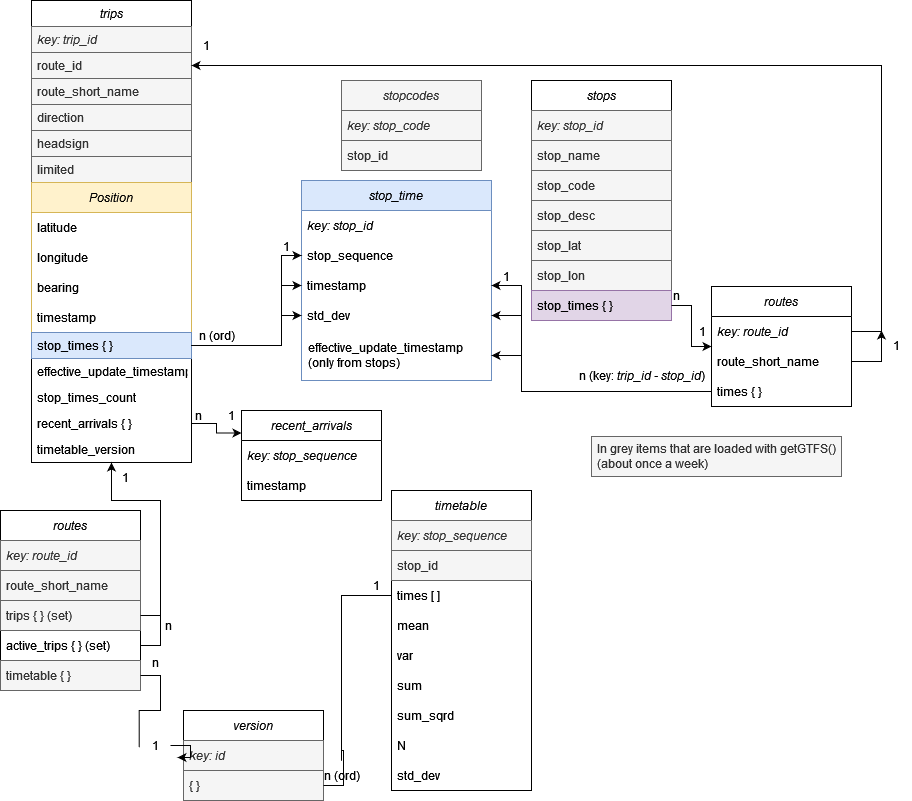
This is GTTtg diagram.drawio.png from gigianni/GTTTg, a draw.io export, as it was before one commit. Source tidied: cells renumbered, new cells last; positions are measured from the earlier drawing's top-left corner, leaving out a move shared by most shapes.
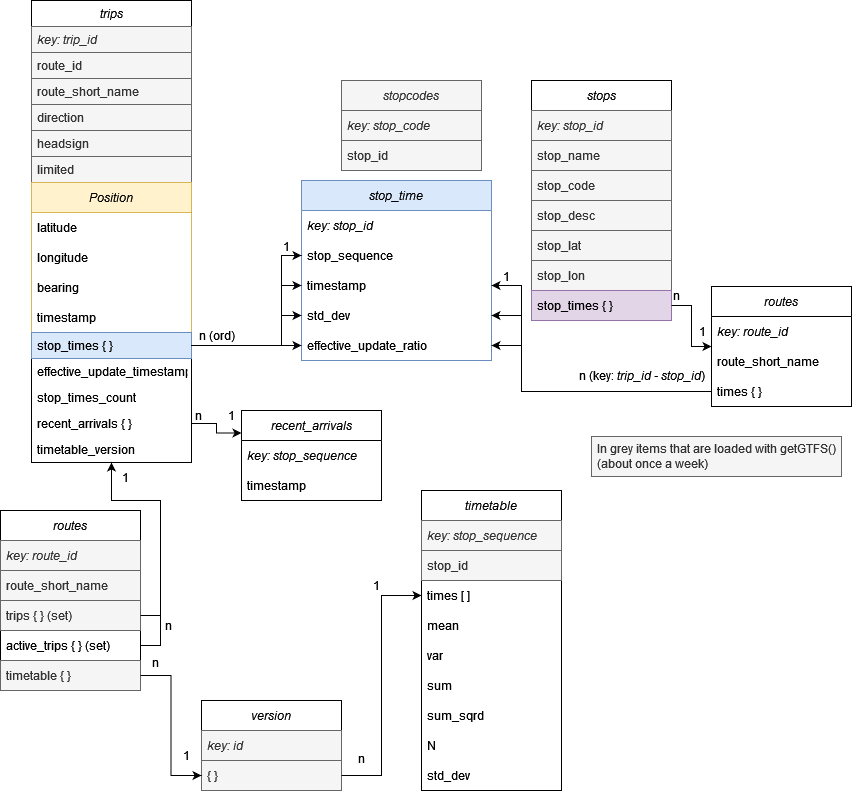
Above is the later version.

Commit message:
GTTtg diagram added effective_update_timestamp and effective_update_ratio

What changed in the source:
```diff
@@ -54,7 +54,7 @@
       <mxGeometry y="436" width="160" height="26" as="geometry" />
     </mxCell>
     <mxCell id="19" value="stop_time" style="swimlane;fontStyle=2;horizontal=1;startSize=30;strokeColor=#6c8ebf;fillColor=#dae8fc;" parent="1" vertex="1">
-      <mxGeometry x="301" y="180" width="190" height="200" as="geometry" />
+      <mxGeometry x="301" y="180" width="190" height="180" as="geometry" />
     </mxCell>
     <mxCell id="20" value="key: stop_id" style="text;strokeColor=none;fillColor=none;align=left;verticalAlign=middle;spacingLeft=4;spacingRight=4;overflow=hidden;fontStyle=2;" parent="19" vertex="1">
       <mxGeometry y="30" width="190" height="30" as="geometry" />
@@ -68,9 +68,9 @@
     <mxCell id="23" value="std_dev" style="text;strokeColor=none;fillColor=none;align=left;verticalAlign=middle;spacingLeft=4;spacingRight=4;overflow=hidden;points=[[0,0.5],[1,0.5]];portConstraint=eastwest;" parent="19" vertex="1">
       <mxGeometry y="120" width="190" height="30" as="geometry" />
     </mxCell>
-    <mxCell id="24" value="effective_update_timestamp&#10;(only from stops)" style="text;strokeColor=none;fillColor=none;align=left;verticalAlign=middle;spacingLeft=4;spacingRight=4;overflow=hidden;points=[[0,0.5],[1,0.5]];portConstraint=eastwest;spacing=3;whiteSpace=wrap;" parent="19" vertex="1">
-      <mxGeometry y="150" width="190" height="50" as="geometry" />
-    </mxCell>
+    <mxCell id="95" value="effective_update_ratio" style="text;strokeColor=none;fillColor=none;align=left;verticalAlign=middle;spacingLeft=4;spacingRight=4;overflow=hidden;points=[[0,0.5],[1,0.5]];portConstraint=eastwest;" parent="19" vertex="1">
+      <mxGeometry y="150" width="190" height="30" as="geometry" />
+    </mxCell>
     <mxCell id="25" value="stops" style="swimlane;fontStyle=2;horizontal=1;startSize=30;strokeColor=default;" parent="1" vertex="1">
       <mxGeometry x="531" y="80" width="140" height="240" as="geometry" />
     </mxCell>
@@ -123,7 +123,7 @@
       <mxGeometry y="150" width="140" height="30" as="geometry" />
     </mxCell>
     <mxCell id="42" value="timetable" style="swimlane;fontStyle=2;horizontal=1;startSize=30;" parent="1" vertex="1">
-      <mxGeometry x="391" y="490" width="140" height="300" as="geometry" />
+      <mxGeometry x="421" y="490" width="140" height="300" as="geometry" />
     </mxCell>
     <mxCell id="43" value="key: stop_sequence" style="text;strokeColor=#666666;fillColor=#f5f5f5;align=left;verticalAlign=middle;spacingLeft=4;spacingRight=4;overflow=hidden;fontColor=#333333;fontStyle=2;" parent="42" vertex="1">
       <mxGeometry y="30" width="140" height="30" as="geometry" />
@@ -204,7 +204,7 @@
       <mxGeometry y="60" width="140" height="30" as="geometry" />
     </mxCell>
     <mxCell id="67" value="version" style="swimlane;fontStyle=2;horizontal=1;startSize=30;" parent="1" vertex="1">
-      <mxGeometry x="183" y="710" width="140" height="90" as="geometry" />
+      <mxGeometry x="201" y="700" width="140" height="90" as="geometry" />
     </mxCell>
     <mxCell id="68" value="key: id" style="text;strokeColor=#666666;fillColor=#f5f5f5;align=left;verticalAlign=middle;spacingLeft=4;spacingRight=4;overflow=hidden;points=[[0,0.5],[1,0.5]];portConstraint=eastwest;fontStyle=2;fontColor=#333333;" parent="67" vertex="1">
       <mxGeometry y="30" width="140" height="30" as="geometry" />
@@ -212,9 +212,6 @@
     <mxCell id="69" value="{ }" style="text;strokeColor=#666666;fillColor=#f5f5f5;align=left;verticalAlign=middle;spacingLeft=4;spacingRight=4;overflow=hidden;points=[[0,0.5],[1,0.5]];portConstraint=eastwest;fontColor=#333333;" parent="67" vertex="1">
       <mxGeometry y="60" width="140" height="30" as="geometry" />
     </mxCell>
-    <mxCell id="70" style="edgeStyle=orthogonalEdgeStyle;rounded=0;jettySize=auto;html=1;entryX=-0.043;entryY=0.567;entryDx=0;entryDy=0;entryPerimeter=0;startArrow=none;" parent="1" edge="1" source="93" target="68">
-      <mxGeometry relative="1" as="geometry" />
-    </mxCell>
     <mxCell id="71" value="routes" style="swimlane;fontStyle=2;horizontal=1;startSize=30;" parent="1" vertex="1">
       <mxGeometry x="711" y="286" width="140" height="120" as="geometry" />
     </mxCell>
@@ -230,34 +227,12 @@
     <mxCell id="75" style="edgeStyle=orthogonalEdgeStyle;rounded=0;jettySize=auto;html=1;" parent="1" edge="1" source="32" target="71">
       <mxGeometry relative="1" as="geometry" />
     </mxCell>
-    <mxCell id="76" style="edgeStyle=orthogonalEdgeStyle;rounded=0;jettySize=auto;html=1;" parent="1" edge="1" source="72" target="4">
-      <mxGeometry relative="1" as="geometry">
-        <Array as="points">
-          <mxPoint x="881" y="331" />
-          <mxPoint x="881" y="65" />
-        </Array>
-      </mxGeometry>
-    </mxCell>
-    <mxCell id="77" style="edgeStyle=orthogonalEdgeStyle;rounded=0;jettySize=auto;html=1;" parent="1" edge="1" source="73">
-      <mxGeometry relative="1" as="geometry">
-        <mxPoint x="881" y="330" as="targetPoint" />
-      </mxGeometry>
-    </mxCell>
-    <mxCell id="78" value="1" style="text;html=1;align=center;verticalAlign=middle;strokeColor=none;fillColor=none;" parent="1" vertex="1">
-      <mxGeometry x="881" y="330" width="30" height="30" as="geometry" />
-    </mxCell>
-    <mxCell id="79" value="1" style="text;html=1;align=center;verticalAlign=middle;strokeColor=none;fillColor=none;" parent="1" vertex="1">
-      <mxGeometry x="191" y="30" width="30" height="30" as="geometry" />
-    </mxCell>
     <mxCell id="80" value="n" style="text;html=1;align=center;verticalAlign=middle;strokeColor=none;fillColor=none;" parent="1" vertex="1">
       <mxGeometry x="661" y="280" width="30" height="30" as="geometry" />
     </mxCell>
     <mxCell id="81" value="1" style="text;html=1;align=center;verticalAlign=middle;strokeColor=none;fillColor=none;" parent="1" vertex="1">
       <mxGeometry x="687" y="316" width="30" height="30" as="geometry" />
     </mxCell>
-    <mxCell id="82" style="edgeStyle=orthogonalEdgeStyle;rounded=0;jettySize=auto;html=1;endArrow=none;startArrow=none;" parent="1" edge="1" source="91" target="45">
-      <mxGeometry relative="1" as="geometry" />
-    </mxCell>
     <mxCell id="83" style="edgeStyle=orthogonalEdgeStyle;rounded=0;jettySize=auto;html=1;" parent="1" edge="1" source="40" target="18">
       <mxGeometry relative="1" as="geometry">
         <Array as="points">
@@ -286,14 +261,6 @@
         </Array>
       </mxGeometry>
     </mxCell>
-    <mxCell id="87" style="edgeStyle=orthogonalEdgeStyle;rounded=0;jettySize=auto;html=1;entryX=1;entryY=0.5;entryDx=0;entryDy=0;" parent="1" edge="1" source="74" target="24">
-      <mxGeometry relative="1" as="geometry">
-        <Array as="points">
-          <mxPoint x="521" y="391" />
-          <mxPoint x="521" y="355" />
-        </Array>
-      </mxGeometry>
-    </mxCell>
     <mxCell id="88" style="edgeStyle=orthogonalEdgeStyle;rounded=0;jettySize=auto;html=1;" parent="1" edge="1" source="14" target="21">
       <mxGeometry relative="1" as="geometry">
         <Array as="points">
@@ -318,17 +285,28 @@
         </Array>
       </mxGeometry>
     </mxCell>
-    <mxCell id="91" value="&lt;div&gt;n (ord)&lt;/div&gt;" style="text;html=1;align=center;verticalAlign=middle;points=[];strokeColor=none;fillColor=none;" parent="1" vertex="1">
-      <mxGeometry x="311" y="760" width="60" height="30" as="geometry" />
-    </mxCell>
-    <mxCell id="92" style="edgeStyle=orthogonalEdgeStyle;rounded=0;jettySize=auto;html=1;endArrow=none;" parent="1" edge="1" source="69" target="91">
-      <mxGeometry relative="1" as="geometry" />
-    </mxCell>
-    <mxCell id="93" value="1" style="text;html=1;align=center;verticalAlign=middle;points=[];strokeColor=none;fillColor=none;" parent="1" vertex="1">
-      <mxGeometry x="140" y="730" width="30" height="30" as="geometry" />
-    </mxCell>
-    <mxCell id="94" style="edgeStyle=orthogonalEdgeStyle;rounded=0;jettySize=auto;html=1;entryX=-0.043;entryY=0.567;entryDx=0;entryDy=0;entryPerimeter=0;endArrow=none;" parent="1" edge="1" source="41" target="93">
-      <mxGeometry relative="1" as="geometry" />
-    </mxCell>
+    <mxCell id="96" style="edgeStyle=orthogonalEdgeStyle;rounded=0;jettySize=auto;html=1;entryX=1;entryY=0.5;entryDx=0;entryDy=0;" parent="1" edge="1" source="74" target="95">
+      <mxGeometry relative="1" as="geometry">
+        <Array as="points">
+          <mxPoint x="521" y="391" />
+          <mxPoint x="521" y="345" />
+        </Array>
+      </mxGeometry>
+    </mxCell>
+    <mxCell id="97" style="edgeStyle=orthogonalEdgeStyle;rounded=0;jettySize=auto;html=1;entryX=0;entryY=0.5;entryDx=0;entryDy=0;" parent="1" edge="1" source="14" target="95">
+      <mxGeometry relative="1" as="geometry" />
+    </mxCell>
+    <mxCell id="98" style="edgeStyle=orthogonalEdgeStyle;rounded=0;jettySize=auto;html=1;entryX=0;entryY=0.5;entryDx=0;entryDy=0;" parent="1" edge="1" source="41" target="69">
+      <mxGeometry relative="1" as="geometry" />
+    </mxCell>
+    <mxCell id="99" value="1" style="text;html=1;align=center;verticalAlign=middle;strokeColor=none;fillColor=none;" parent="1" vertex="1">
+      <mxGeometry x="171" y="740" width="30" height="30" as="geometry" />
+    </mxCell>
+    <mxCell id="100" style="edgeStyle=orthogonalEdgeStyle;rounded=0;jettySize=auto;html=1;entryX=0;entryY=0.5;entryDx=0;entryDy=0;" parent="1" edge="1" source="69" target="45">
+      <mxGeometry relative="1" as="geometry" />
+    </mxCell>
+    <mxCell id="101" value="n" style="text;html=1;align=center;verticalAlign=middle;strokeColor=none;fillColor=none;" parent="1" vertex="1">
+      <mxGeometry x="346" y="743" width="30" height="30" as="geometry" />
+    </mxCell>
   </root>
 </mxGraphModel>
```
